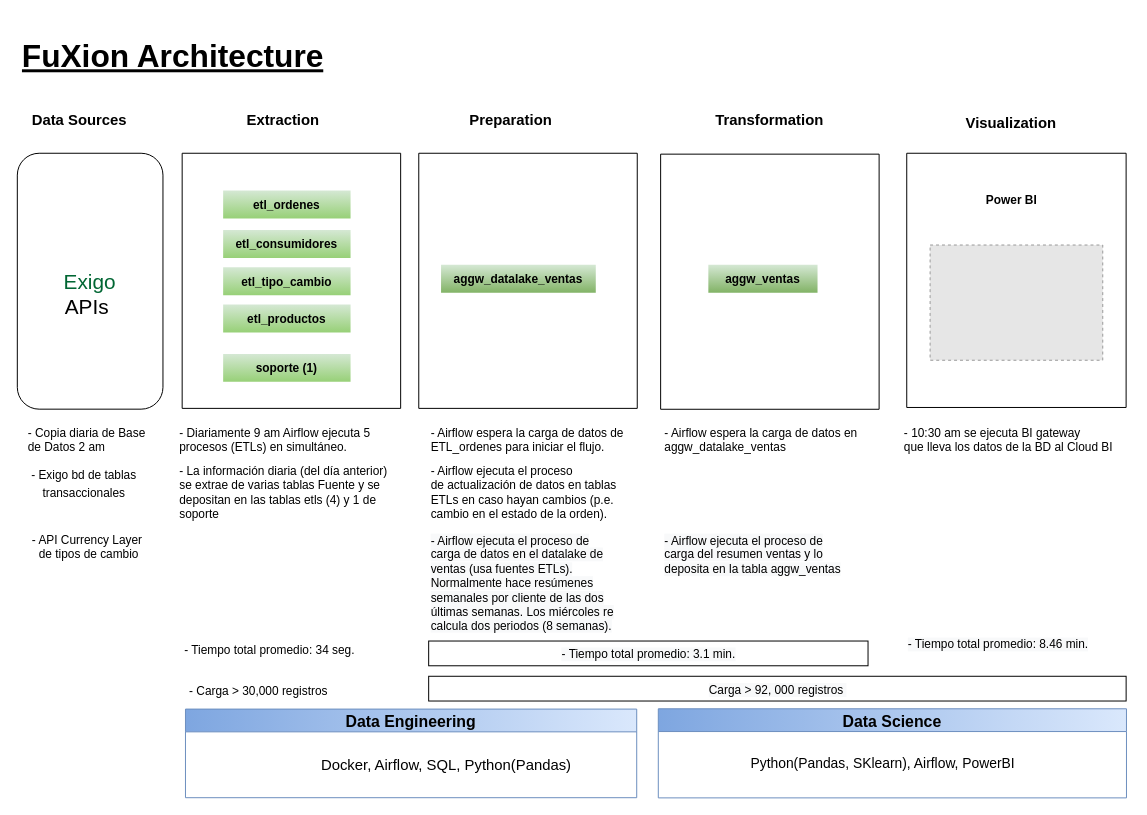
Above: page "Copy of Architecture High Level" (2 of 4) of fuXion_model II.drawio in calobetoleon/fuxion_design (draw.io), before the change. Source tidied: cells renumbered, new cells numbered last; positions are measured from the earlier drawing's top-left corner, leaving out a move shared by most shapes. Both pictures are drawn from the tidied source at 99%, with x=0, y=0 at pixel (17, 27). Pictures stored in the file or linked from it are replaced by grey dashed boxes.
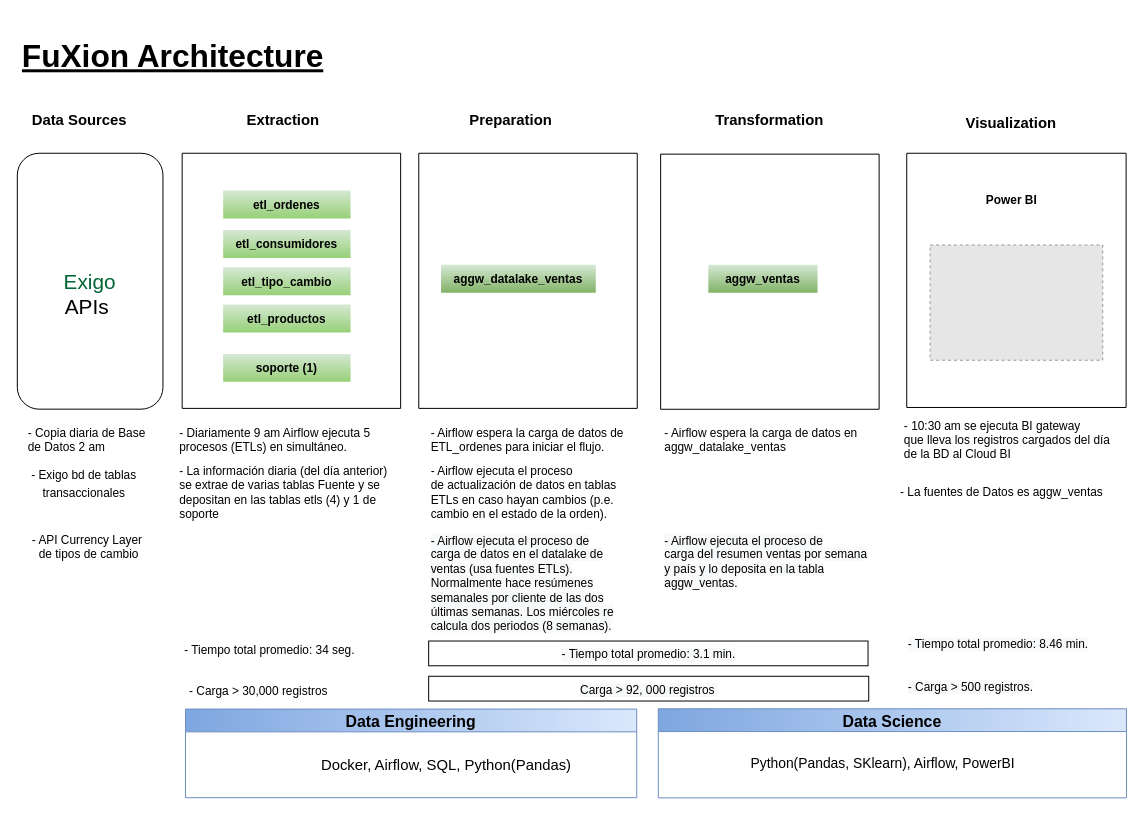
The same diagram, later.

The change refers to these unchanged cells:
```xml
<mxCell id="2" style="group;fontColor=default;" parent="1" vertex="1">
  <mxGeometry y="85" width="1124.2" height="595.6" as="geometry" />
</mxCell>
```

The edit, as a diff of the source:
```diff
@@
-    <mxCell id="29" value="- 10:30 am se ejecuta BI gateway&amp;nbsp;&lt;br&gt;que lleva los datos de la BD al Cloud BI" style="text;html=1;align=left;verticalAlign=middle;strokeColor=none;fillColor=none;" parent="2" vertex="1">
-      <mxGeometry x="894.2" y="317" width="230" height="30" as="geometry" />
+    <mxCell id="29" value="- 10:30 am se ejecuta BI gateway&amp;nbsp;&lt;br&gt;que lleva los registros cargados del día &lt;br&gt;de la BD al Cloud BI" style="text;html=1;align=left;verticalAlign=middle;strokeColor=none;fillColor=none;" parent="2" vertex="1">
+      <mxGeometry x="894.2" y="307" width="220" height="50" as="geometry" />
     </mxCell>
@@
-    <mxCell id="33" value="&lt;span style=&quot;color: rgb(0 , 0 , 0) ; font-family: &amp;#34;helvetica&amp;#34; ; font-size: 12px ; font-style: normal ; font-weight: 400 ; letter-spacing: normal ; text-indent: 0px ; text-transform: none ; word-spacing: 0px ; background-color: rgb(248 , 249 , 250) ; display: inline ; float: none&quot;&gt;- Airflow ejecuta el proceso de&lt;/span&gt;&lt;br style=&quot;color: rgb(0 , 0 , 0) ; font-family: &amp;#34;helvetica&amp;#34; ; font-size: 12px ; font-style: normal ; font-weight: 400 ; letter-spacing: normal ; text-indent: 0px ; text-transform: none ; word-spacing: 0px ; background-color: rgb(248 , 249 , 250)&quot;&gt;&lt;span style=&quot;color: rgb(0 , 0 , 0) ; font-family: &amp;#34;helvetica&amp;#34; ; font-size: 12px ; font-style: normal ; font-weight: 400 ; letter-spacing: normal ; text-indent: 0px ; text-transform: none ; word-spacing: 0px ; background-color: rgb(248 , 249 , 250) ; display: inline ; float: none&quot;&gt;carga del resumen ventas y lo deposita en la tabla aggw_ventas&lt;/span&gt;" style="text;whiteSpace=wrap;html=1;align=left;" parent="2" vertex="1">
+    <mxCell id="33" value="&lt;span style=&quot;color: rgb(0 , 0 , 0) ; font-family: &amp;#34;helvetica&amp;#34; ; font-size: 12px ; font-style: normal ; font-weight: 400 ; letter-spacing: normal ; text-indent: 0px ; text-transform: none ; word-spacing: 0px ; background-color: rgb(248 , 249 , 250) ; display: inline ; float: none&quot;&gt;- Airflow ejecuta el proceso de&lt;/span&gt;&lt;br style=&quot;color: rgb(0 , 0 , 0) ; font-family: &amp;#34;helvetica&amp;#34; ; font-size: 12px ; font-style: normal ; font-weight: 400 ; letter-spacing: normal ; text-indent: 0px ; text-transform: none ; word-spacing: 0px ; background-color: rgb(248 , 249 , 250)&quot;&gt;&lt;span style=&quot;color: rgb(0 , 0 , 0) ; font-family: &amp;#34;helvetica&amp;#34; ; font-size: 12px ; font-style: normal ; font-weight: 400 ; letter-spacing: normal ; text-indent: 0px ; text-transform: none ; word-spacing: 0px ; background-color: rgb(248 , 249 , 250) ; display: inline ; float: none&quot;&gt;carga del resumen ventas por semana y país y lo deposita en la tabla aggw_ventas.&lt;/span&gt;" style="text;whiteSpace=wrap;html=1;align=left;" parent="2" vertex="1">
       <mxGeometry x="652.4" y="420" width="210" height="60" as="geometry" />
     </mxCell>
@@
     <mxCell id="36" value="&lt;span style=&quot;color: rgb(0 , 0 , 0) ; font-family: &amp;#34;helvetica&amp;#34; ; font-size: 12px ; font-style: normal ; font-weight: 400 ; letter-spacing: normal ; text-indent: 0px ; text-transform: none ; word-spacing: 0px ; background-color: rgb(248 , 249 , 250) ; display: inline ; float: none&quot;&gt;Carga &amp;gt; 92, 000 registros&amp;nbsp;&lt;/span&gt;" style="text;whiteSpace=wrap;html=1;align=center;strokeColor=default;" parent="2" vertex="1">
-      <mxGeometry x="415.5" y="570.6" width="704.5" height="25" as="geometry" />
+      <mxGeometry x="415.5" y="570.6" width="444.5" height="25" as="geometry" />
     </mxCell>
@@
+    <mxCell id="45" value="&lt;span style=&quot;color: rgb(0 , 0 , 0) ; font-family: &amp;#34;helvetica&amp;#34; ; font-size: 12px ; font-style: normal ; font-weight: 400 ; letter-spacing: normal ; text-align: center ; text-indent: 0px ; text-transform: none ; word-spacing: 0px ; background-color: rgb(248 , 249 , 250) ; display: inline ; float: none&quot;&gt;- Carga &amp;gt; 500 registros.&lt;/span&gt;" style="text;whiteSpace=wrap;html=1;" parent="2" vertex="1">
+      <mxGeometry x="898.4" y="568.1" width="191.6" height="30" as="geometry" />
+    </mxCell>
+    <mxCell id="46" value="- La fuentes de Datos es aggw_ventas" style="text;html=1;align=center;verticalAlign=middle;strokeColor=none;fillColor=none;fontSize=12;" parent="2" vertex="1">
+      <mxGeometry x="884.2" y="375" width="220" height="20" as="geometry" />
+    </mxCell>
```
